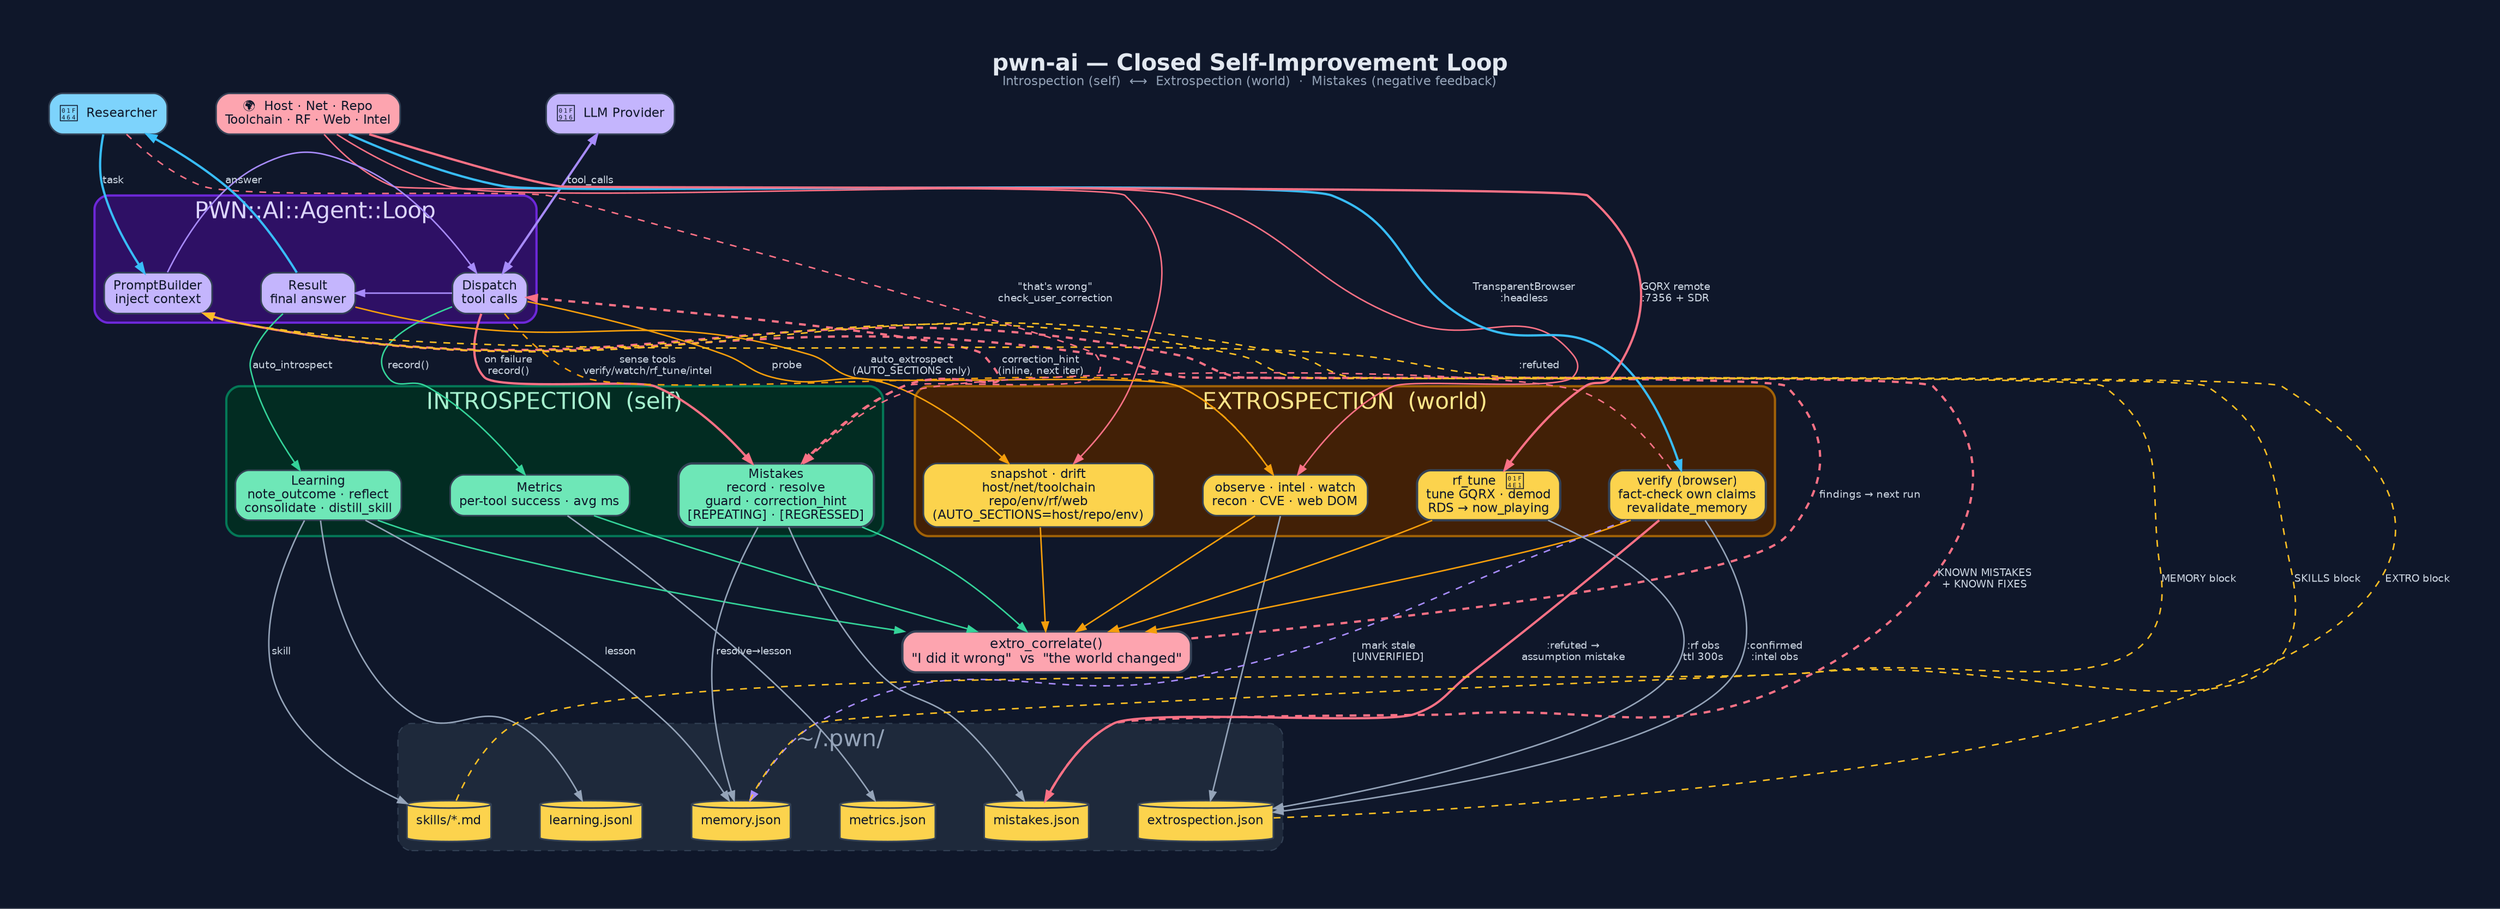
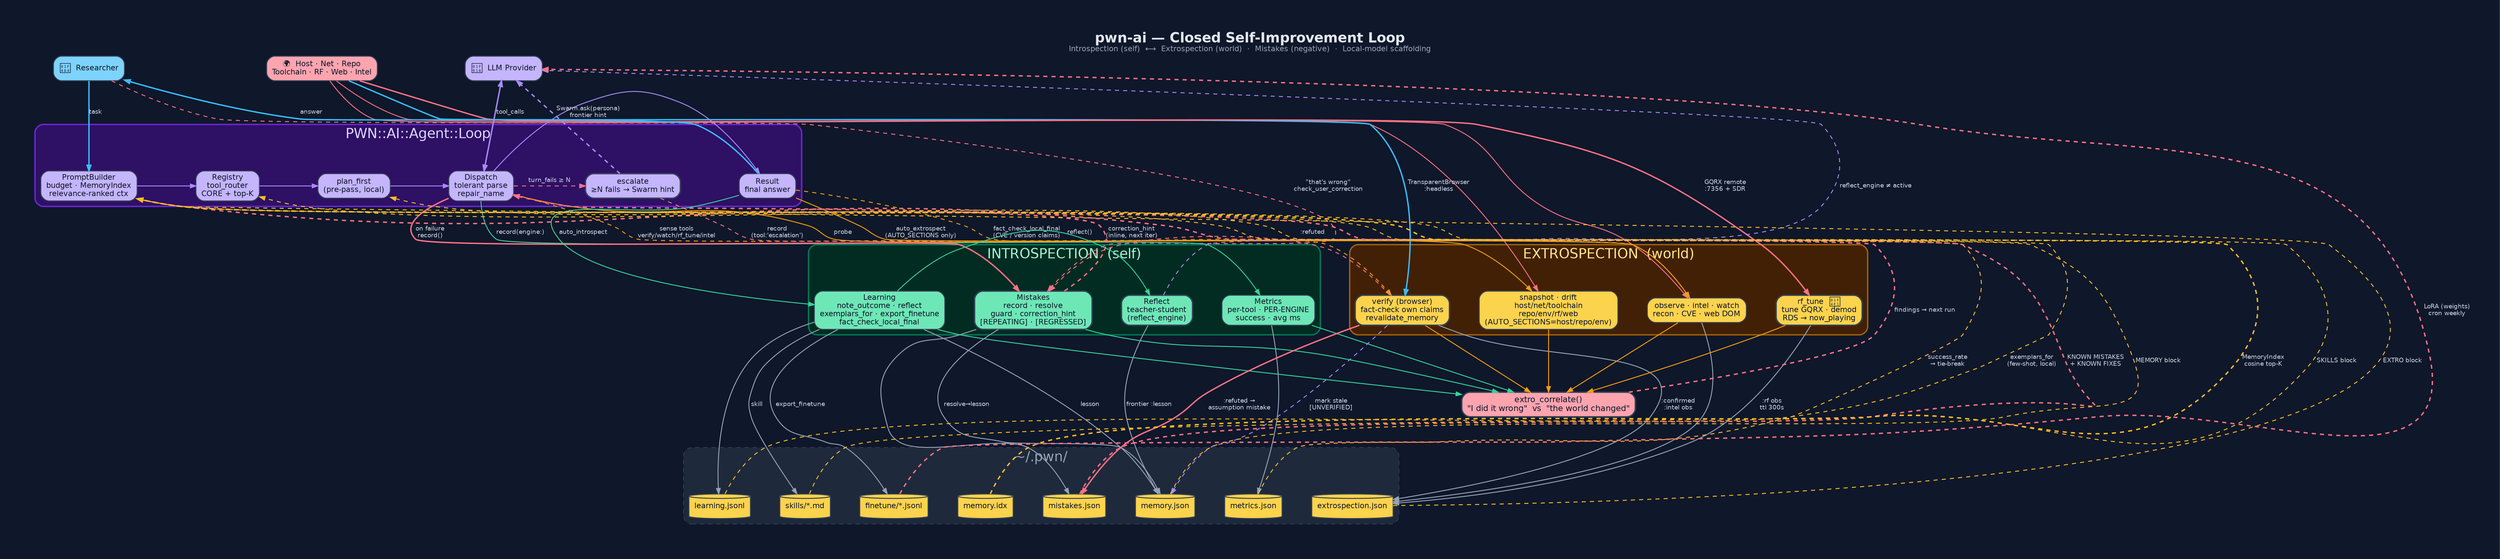
digraph "PWN_AI_Feedback_Learning_Loop" {
  graph [
-     label=<<B>pwn-ai — Closed Self-Improvement Loop</B><BR/><FONT POINT-SIZE="11" COLOR="#94a3b8">Introspection (self)  ⟷  Extrospection (world)  ·  Mistakes (negative feedback)</FONT>>,
+     label=<<B>pwn-ai — Closed Self-Improvement Loop</B><BR/><FONT POINT-SIZE="11" COLOR="#94a3b8">Introspection (self)  ⟷  Extrospection (world)  ·  Mistakes (negative)  ·  Local-model scaffolding</FONT>>,
    labelloc=t, fontsize=20, fontname="Helvetica",
    rankdir=TB, splines=spline, nodesep=0.6, ranksep=1.0,
    bgcolor="#0f172a", fontcolor="#e2e8f0", pad=0.6, newrank=true, compound=true
  ];
  node [fontname="Helvetica", fontsize=11, style="filled,rounded",
        shape=box, penwidth=1.4, color="#334155", fontcolor="#0f172a"];
  edge [fontname="Helvetica", fontsize=9, color="#94a3b8",
        fontcolor="#cbd5e1", penwidth=1.3, arrowsize=0.8];

  /* L0 ─ actors */
  User  [label="👤  Researcher", fillcolor="#7dd3fc"];
  LLM   [label="🤖  LLM Provider", fillcolor="#c4b5fd"];
  World [label="🌍  Host · Net · Repo\nToolchain · RF · Web · Intel", fillcolor="#fda4af"];
  {rank=same; User; LLM; World}

  /* L1 ─ agent core */
  subgraph cluster_core {
    label="PWN::AI::Agent::Loop"; fontcolor="#ddd6fe";
    style=rounded; color="#6d28d9"; bgcolor="#2e1065"; penwidth=2;
-     Prompt   [label="PromptBuilder\ninject context", fillcolor="#c4b5fd"];
-     Dispatch [label="Dispatch\ntool calls",           fillcolor="#c4b5fd"];
+     Prompt   [label="PromptBuilder\nbudget · MemoryIndex\nrelevance-ranked ctx", fillcolor="#c4b5fd"];
+     Dispatch [label="Dispatch\ntolerant parse\nrepair_name", fillcolor="#c4b5fd"];
+ Router   [label="Registry\ntool_router\nCORE + top-K",   fillcolor="#c4b5fd"];
+ Plan     [label="plan_first\n(pre-pass, local)",         fillcolor="#c4b5fd"];
+ Escalate [label="escalate\n≥N fails → Swarm hint",        fillcolor="#c4b5fd", penwidth=2];
    Result   [label="Result\nfinal answer",           fillcolor="#c4b5fd"];
  }
-   {rank=same; Prompt; Dispatch; Result}
+   {rank=same; Prompt; Router; Plan; Dispatch; Escalate; Result}

  /* L2 ─ triple engines */
  subgraph cluster_intro {
    label="INTROSPECTION  (self)"; fontcolor="#a7f3d0";
    style=rounded; color="#047857"; bgcolor="#022c22"; penwidth=2;
-     Metrics  [label="Metrics\nper-tool success · avg ms", fillcolor="#6ee7b7"];
-     Learning [label="Learning\nnote_outcome · reflect\nconsolidate · distill_skill", fillcolor="#6ee7b7"];
+     Metrics  [label="Metrics\nper-tool · PER-ENGINE\nsuccess · avg ms", fillcolor="#6ee7b7"];
+     Learning [label="Learning\nnote_outcome · reflect\nexemplars_for · export_finetune\nfact_check_local_final", fillcolor="#6ee7b7"];
    Mistakes [label="Mistakes\nrecord · resolve\nguard · correction_hint\n[REPEATING] · [REGRESSED]", fillcolor="#6ee7b7", penwidth=2];
+     ReflectT [label="Reflect\nteacher-student\n(reflect_engine)", fillcolor="#6ee7b7", penwidth=2];
  }
  subgraph cluster_extro {
    label="EXTROSPECTION  (world)"; fontcolor="#fde68a";
    style=rounded; color="#a16207"; bgcolor="#422006"; penwidth=2;
    Snapshot  [label="snapshot · drift\nhost/net/toolchain\nrepo/env/rf/web\n(AUTO_SECTIONS=host/repo/env)", fillcolor="#fcd34d"];
    Observe   [label="observe · intel · watch\nrecon · CVE · web DOM",             fillcolor="#fcd34d"];
    Verify    [label="verify (browser)\nfact-check own claims\nrevalidate_memory", fillcolor="#fcd34d", penwidth=2];
    RFTune    [label="rf_tune  📡\ntune GQRX · demod\nRDS → now_playing",           fillcolor="#fcd34d", penwidth=2];
  }
-   {rank=same; Metrics; Learning; Mistakes; Snapshot; Observe; Verify; RFTune}
+   {rank=same; Metrics; Learning; Mistakes; ReflectT; Snapshot; Observe; Verify; RFTune}

  /* L3 ─ correlate */
  Correlate [label="extro_correlate()\n\"I did it wrong\"  vs  \"the world changed\"",
             fillcolor="#fda4af", penwidth=2, fontsize=12];

  /* L4 ─ persistence */
  subgraph cluster_store {
    label="~/.pwn/"; fontcolor="#94a3b8";
    style="rounded,dashed"; color="#334155"; bgcolor="#1e293b";
    Fmet [label="metrics.json",       shape=cylinder, fillcolor="#fcd34d"];
    Flrn [label="learning.jsonl",     shape=cylinder, fillcolor="#fcd34d"];
    Fmis [label="mistakes.json",      shape=cylinder, fillcolor="#fcd34d"];
    Fmem [label="memory.json",        shape=cylinder, fillcolor="#fcd34d"];
+     Fidx [label="memory.idx",         shape=cylinder, fillcolor="#fcd34d"];
    Fskl [label="skills/*.md",         shape=cylinder, fillcolor="#fcd34d"];
    Fext [label="extrospection.json", shape=cylinder, fillcolor="#fcd34d"];
+     Fftn [label="finetune/*.jsonl",   shape=cylinder, fillcolor="#fcd34d"];
  }
-   {rank=same; Fmet; Flrn; Fmis; Fmem; Fskl; Fext}
+   {rank=same; Fmet; Flrn; Fmis; Fmem; Fidx; Fskl; Fext; Fftn}

  /* L0 → L1 */
  User -> Prompt   [label="task", color="#38bdf8", penwidth=2];
  LLM  -> Dispatch [label="tool_calls", dir=both, color="#a78bfa", penwidth=2];
  World-> Result   [style=invis];

  /* L1 internal */
-   Prompt -> Dispatch [color="#a78bfa"];
+   Prompt -> Router   [color="#a78bfa"];
+   Router -> Plan     [color="#a78bfa"];
+   Plan   -> Dispatch [color="#a78bfa"];
+   Dispatch -> Escalate [label="turn_fails ≥ N", color="#fb7185", style=dashed];
  Dispatch -> Result [color="#a78bfa"];
+   Escalate -> Result [style=invis];

  /* L1 → L2 */
-   Dispatch -> Metrics  [label="record()", color="#34d399"];
+   Dispatch -> Metrics  [label="record(engine:)", color="#34d399"];
  Result   -> Learning [label="auto_introspect", color="#34d399"];
  Dispatch -> Mistakes [label="on failure\nrecord()", color="#fb7185", penwidth=2];
  User     -> Mistakes [label="\"that's wrong\"\ncheck_user_correction", color="#fb7185",
                        style=dashed, constraint=false];
  Dispatch -> Snapshot [label="probe", color="#f59e0b"];
  Result   -> Observe  [label="auto_extrospect\n(AUTO_SECTIONS only)", color="#f59e0b"];
  World    -> Snapshot [color="#fb7185", constraint=false];
  World    -> Observe  [color="#fb7185", constraint=false];
  World    -> Verify   [label="TransparentBrowser\n:headless", color="#38bdf8", constraint=false, penwidth=2];
  World    -> RFTune   [label="GQRX remote\n:7356 + SDR", color="#fb7185", constraint=false, penwidth=2];
  Dispatch -> Observe  [label="sense tools\nverify/watch/rf_tune/intel", color="#f59e0b", style=dashed, constraint=false];

  /* L2 → L3 */
  Metrics  -> Correlate [color="#34d399"];
  Learning -> Correlate [color="#34d399"];
  Mistakes -> Correlate [color="#34d399"];
  Snapshot -> Correlate [color="#f59e0b"];
  Observe  -> Correlate [color="#f59e0b"];
  Verify   -> Correlate [color="#f59e0b"];
  RFTune   -> Correlate [color="#f59e0b"];

  /* L3 → L4 */
  Correlate -> Fmet [style=invis];
  Metrics   -> Fmet [color="#94a3b8"];
  Learning  -> Flrn [color="#94a3b8"];
  Mistakes  -> Fmis [color="#94a3b8"];
  Mistakes  -> Fmem [label="resolve→lesson", color="#94a3b8"];
  Learning  -> Fmem [label="lesson", color="#94a3b8"];
  Learning  -> Fskl [label="skill",  color="#94a3b8"];
  Observe   -> Fext [color="#94a3b8"];
  RFTune    -> Fext [label=":rf obs\nttl 300s", color="#94a3b8"];
  Verify    -> Fmis [label=":refuted →\nassumption mistake", color="#fb7185", penwidth=2];
  Verify    -> Mistakes [label=":refuted", color="#fb7185", style=dashed, constraint=false];
  Verify    -> Fmem [label="mark stale\n[UNVERIFIED]", color="#a78bfa", style=dashed];
  Verify    -> Fext [label=":confirmed\n:intel obs", color="#94a3b8"];
+   Learning -> Fftn [label="export_finetune", color="#94a3b8"];
+   Learning -> ReflectT [label="reflect()", color="#34d399", constraint=false];
+   ReflectT -> Fmem [label="frontier :lesson", color="#94a3b8"];
+   ReflectT -> LLM  [label="reflect_engine ≠ active", style=dashed, color="#a78bfa", constraint=false];
+   Result   -> Verify [label="fact_check_local_final\n(CVE / version claims)", color="#f59e0b", style=dashed, constraint=false];

  /* feedback (dashed, non-constraining) */
  Fmem -> Prompt [label="MEMORY block",  style=dashed, color="#fbbf24", constraint=false];
  Fskl -> Prompt [label="SKILLS block",  style=dashed, color="#fbbf24", constraint=false];
  Fmis -> Prompt [label="KNOWN MISTAKES\n+ KNOWN FIXES", style=dashed, color="#fb7185",
                  constraint=false, penwidth=2];
  Fext -> Prompt [label="EXTRO block",   style=dashed, color="#fbbf24", constraint=false];
  Mistakes -> Dispatch [label="correction_hint\n(inline, next iter)", style=dashed,
                        color="#fb7185", constraint=false, penwidth=2];
  Correlate -> Prompt [label="findings → next run", style=dashed, color="#fb7185",
                       constraint=false, penwidth=2];
+   Fidx -> Prompt [label="MemoryIndex\ncosine top-K", style=dashed, color="#fbbf24", constraint=false, penwidth=2];
+   Flrn -> Plan   [label="exemplars_for\n(few-shot, local)", style=dashed, color="#fbbf24", constraint=false];
+   Fmet -> Router [label="success_rate\n→ tie-break", style=dashed, color="#fbbf24", constraint=false];
+   Escalate -> LLM [label="Swarm.ask(persona)\nfrontier hint", color="#a78bfa", constraint=false, penwidth=2, style=dashed];
+   Escalate -> Mistakes [label="record\n(tool:'escalation')", color="#fb7185", constraint=false, style=dashed];
+   Fftn -> LLM  [label="LoRA (weights)\ncron weekly", style=dashed, color="#fb7185", constraint=false, penwidth=2];
  Result -> User [label="answer", color="#38bdf8", constraint=false, penwidth=2];
}
